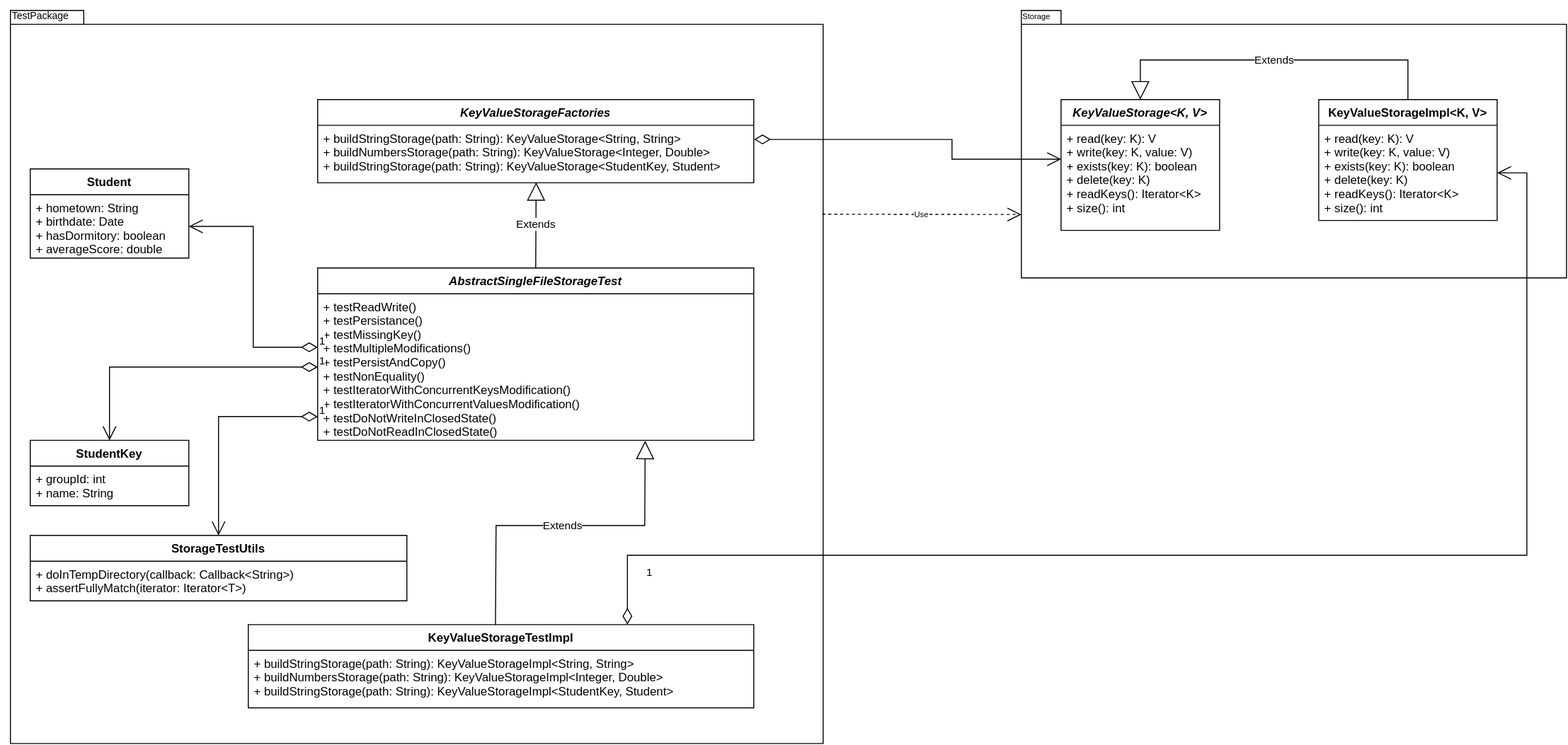
The draw.io diagram uml_diagram.svg in dshuran/arch_fall_2022, before a commit. Source tidied: cells renumbered, new cells last; positions are measured from the earlier drawing's top-left corner, leaving out a move shared by most shapes.
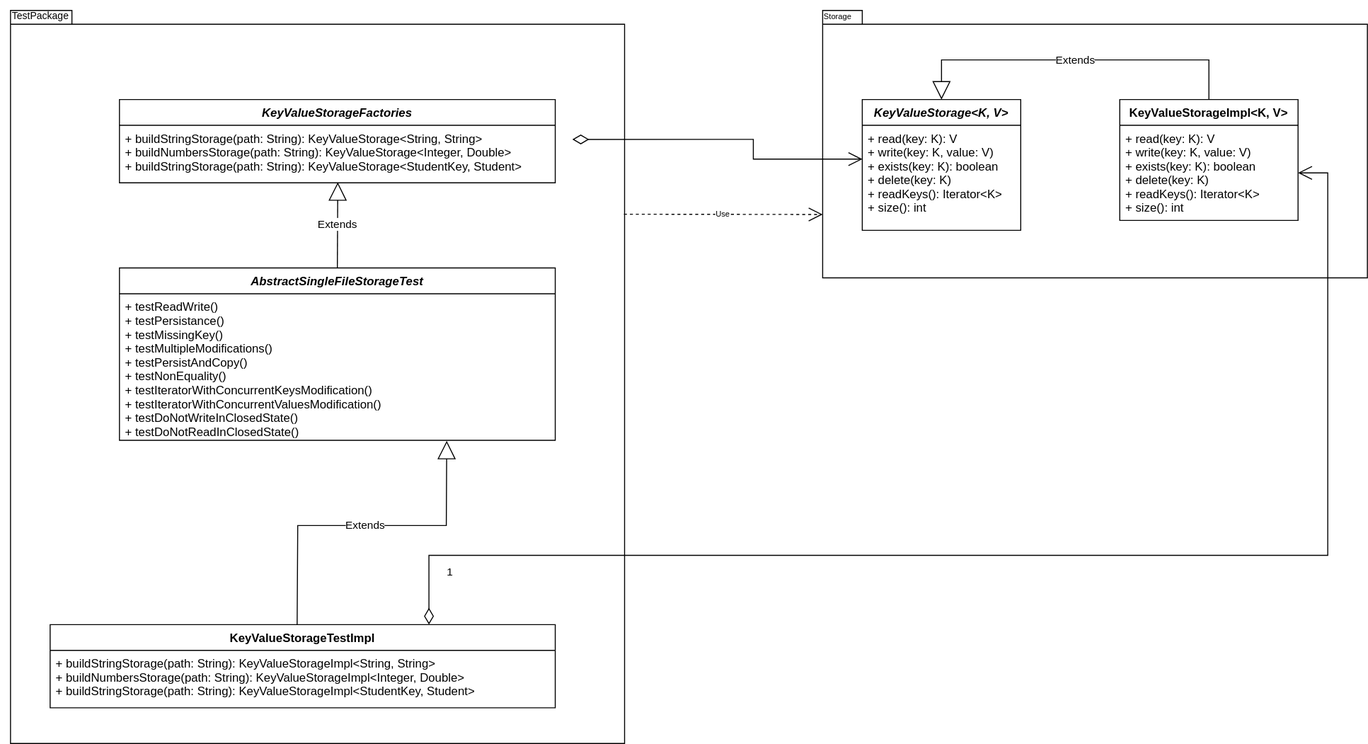
The same file after the commit.

Change to the diagram source:
```diff
@@ -45,28 +45,6 @@
     <mxCell id="12" value="Extends" style="endArrow=block;endSize=16;endFill=0;html=1;rounded=0;exitX=0.5;exitY=0;exitDx=0;exitDy=0;entryX=0.501;entryY=0.991;entryDx=0;entryDy=0;entryPerimeter=0;" parent="1" edge="1" source="10" target="8">
       <mxGeometry relative="1" as="geometry" />
     </mxCell>
-    <mxCell id="13" value="Student" style="swimlane;fontStyle=1;align=center;verticalAlign=top;horizontal=1;startSize=26;" parent="1" vertex="1">
-      <mxGeometry x="30" y="170" width="160" height="90" as="geometry" />
-    </mxCell>
-    <mxCell id="14" value="+ hometown: String&#10;+ birthdate: Date&#10;+ hasDormitory: boolean&#10;+ averageScore: double&#10;" style="text;strokeColor=none;fillColor=none;align=left;verticalAlign=top;spacingLeft=4;spacingRight=4;overflow=hidden;points=[[0,0.5],[1,0.5]];portConstraint=eastwest;" parent="13" vertex="1">
-      <mxGeometry y="26" width="160" height="64" as="geometry" />
-    </mxCell>
-    <mxCell id="15" value="StudentKey" style="swimlane;fontStyle=1;align=center;verticalAlign=top;horizontal=1;startSize=26;" parent="1" vertex="1">
-      <mxGeometry x="30" y="444" width="160" height="66" as="geometry" />
-    </mxCell>
-    <mxCell id="16" value="+ groupId: int&#10;+ name: String&#10;" style="text;strokeColor=none;fillColor=none;align=left;verticalAlign=top;spacingLeft=4;spacingRight=4;overflow=hidden;" parent="15" vertex="1">
-      <mxGeometry y="26" width="160" height="40" as="geometry" />
-    </mxCell>
-    <mxCell id="17" value="1" style="endArrow=open;html=1;endSize=12;startArrow=diamondThin;startSize=14;startFill=0;edgeStyle=orthogonalEdgeStyle;align=left;verticalAlign=bottom;rounded=0;exitX=0;exitY=0.5;exitDx=0;exitDy=0;" parent="1" edge="1" source="11" target="15">
-      <mxGeometry x="-1" y="3" relative="1" as="geometry">
-        <Array as="points">
-          <mxPoint x="110" y="370" />
-        </Array>
-      </mxGeometry>
-    </mxCell>
-    <mxCell id="18" value="1" style="endArrow=open;html=1;endSize=12;startArrow=diamondThin;startSize=14;startFill=0;edgeStyle=orthogonalEdgeStyle;align=left;verticalAlign=bottom;rounded=0;exitX=0;exitY=0.365;exitDx=0;exitDy=0;exitPerimeter=0;" parent="1" edge="1" source="11" target="14">
-      <mxGeometry x="-1" y="3" relative="1" as="geometry" />
-    </mxCell>
     <mxCell id="19" value="KeyValueStorageTestImpl" style="swimlane;fontStyle=1;align=center;verticalAlign=top;horizontal=1;startSize=26;" parent="1" vertex="1">
       <mxGeometry x="250" y="630" width="510" height="84" as="geometry" />
     </mxCell>
@@ -97,27 +75,13 @@
       <mxGeometry x="1020" width="50" height="30" as="geometry" />
     </mxCell>
     <mxCell id="25" style="shape=folder;fontStyle=1;spacingTop=10;tabWidth=40;tabHeight=14;tabPosition=left;html=1;fillColor=none;" parent="1" vertex="1">
-      <mxGeometry x="10" y="10" width="820" height="740" as="geometry" />
+      <mxGeometry x="210" y="10" width="620" height="740" as="geometry" />
     </mxCell>
     <mxCell id="26" value="&lt;font style=&quot;font-size: 10px;&quot;&gt;TestPackage&lt;/font&gt;" style="text;html=1;align=center;verticalAlign=middle;fillColor=none;strokeColor=none;rounded=0;" parent="1" vertex="1">
-      <mxGeometry width="80" height="30" as="geometry" />
+      <mxGeometry x="200" width="80" height="30" as="geometry" />
     </mxCell>
     <mxCell id="27" value="Use" style="endArrow=open;endSize=12;dashed=1;html=1;rounded=0;fontSize=8;exitX=0.999;exitY=0.278;exitDx=0;exitDy=0;exitPerimeter=0;entryX=0;entryY=0;entryDx=0;entryDy=206;entryPerimeter=0;" parent="1" edge="1" source="25" target="23">
       <mxGeometry relative="1" as="geometry" />
     </mxCell>
-    <mxCell id="28" value="StorageTestUtils" style="swimlane;fontStyle=1;align=center;verticalAlign=top;horizontal=1;startSize=26;" parent="1" vertex="1">
-      <mxGeometry x="30" y="540" width="380" height="66" as="geometry" />
-    </mxCell>
-    <mxCell id="29" value="+ doInTempDirectory(callback: Callback&lt;String&gt;)&#10;+ assertFullyMatch(iterator: Iterator&lt;T&gt;)&#10;" style="text;strokeColor=none;fillColor=none;align=left;verticalAlign=top;spacingLeft=4;spacingRight=4;overflow=hidden;" parent="28" vertex="1">
-      <mxGeometry y="26" width="380" height="40" as="geometry" />
-    </mxCell>
-    <mxCell id="30" value="1" style="endArrow=open;html=1;endSize=12;startArrow=diamondThin;startSize=14;startFill=0;edgeStyle=orthogonalEdgeStyle;align=left;verticalAlign=bottom;rounded=0;exitX=0;exitY=0.5;exitDx=0;exitDy=0;" parent="1" edge="1" target="28">
-      <mxGeometry x="-1" y="3" relative="1" as="geometry">
-        <mxPoint x="320" y="420" as="sourcePoint" />
-        <Array as="points">
-          <mxPoint x="220" y="420" />
-        </Array>
-      </mxGeometry>
-    </mxCell>
   </root>
 </mxGraphModel>
```
